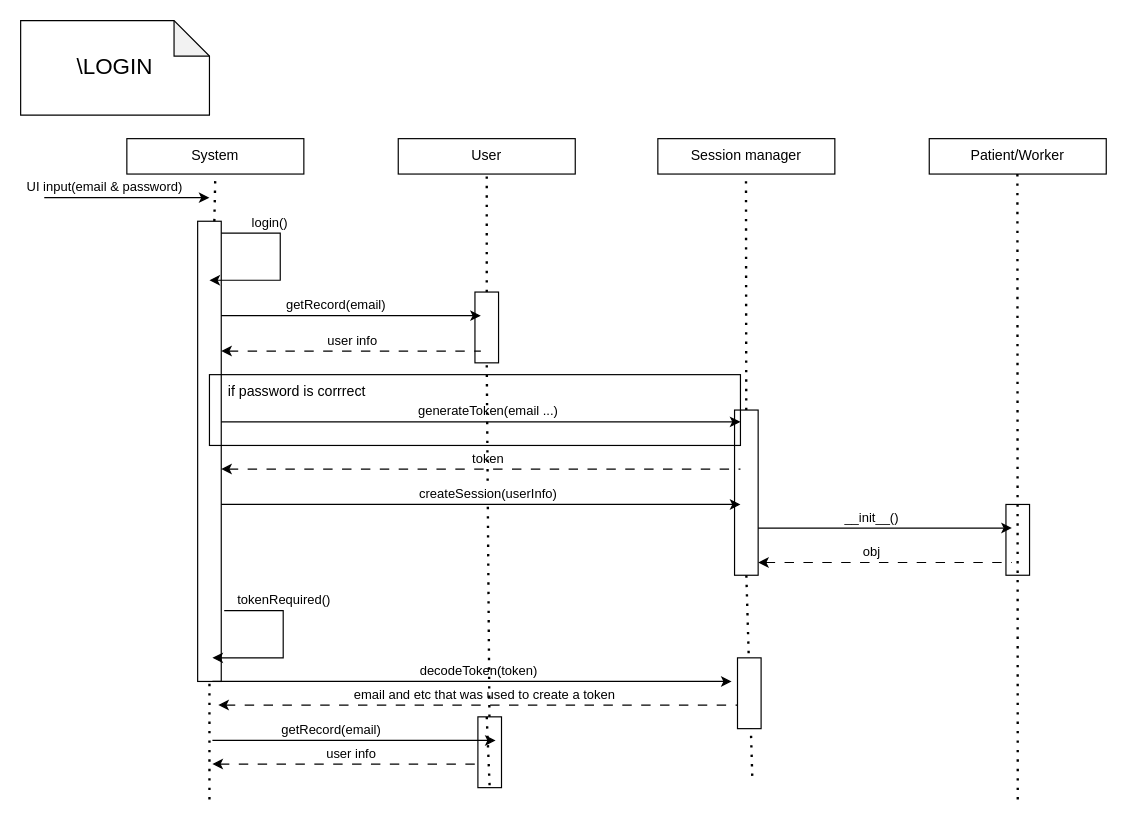
This is Project_Documentation/sequence_design/Login.drawio from IndecentTulip/INFO2413, a draw.io file, before an edit. Source tidied: cells renumbered, new cells numbered last; positions are measured from the earlier drawing's top-left corner, leaving out a move shared by most shapes. Both pictures are drawn from the tidied source at 118%, with x=0, y=0 at pixel (20, 20).
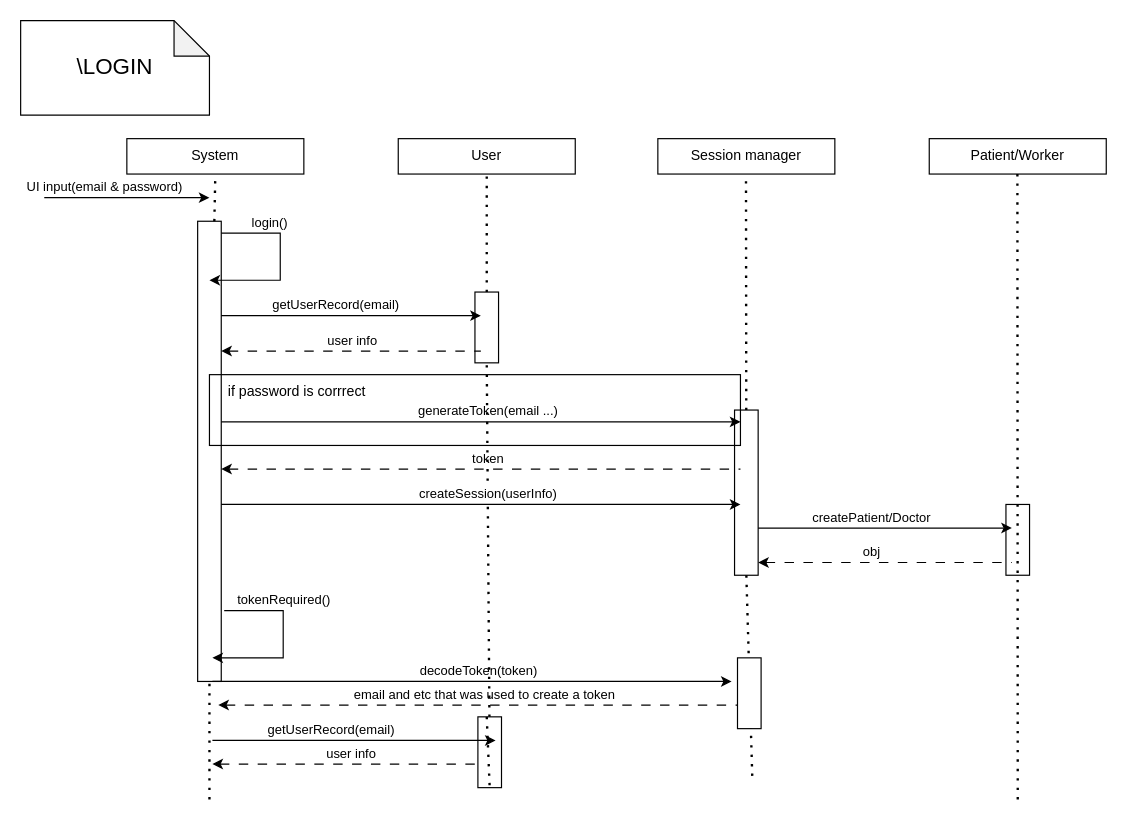
Above is the later version.

The change refers to these unchanged cells:
```xml
<mxCell id="17" style="endArrow=classic;html=1;rounded=0;" parent="1" edge="1">
  <mxGeometry relative="1" as="geometry">
    <mxPoint x="170" y="250" as="sourcePoint" />
    <mxPoint x="390" y="250" as="targetPoint" />
  </mxGeometry>
</mxCell>
<mxCell id="32" style="endArrow=classic;html=1;rounded=0;" parent="1" edge="1">
  <mxGeometry relative="1" as="geometry">
    <mxPoint x="162.5" y="610" as="sourcePoint" />
    <mxPoint x="402.5" y="610" as="targetPoint" />
  </mxGeometry>
</mxCell>
<mxCell id="47" style="endArrow=classic;html=1;rounded=0;" parent="1" edge="1">
  <mxGeometry relative="1" as="geometry">
    <mxPoint x="625" y="430" as="sourcePoint" />
    <mxPoint x="840" y="430" as="targetPoint" />
  </mxGeometry>
</mxCell>
```

Change to the diagram source:
```diff
@@
-    <mxCell id="18" value="getRecord(email)" style="edgeLabel;html=1;align=center;verticalAlign=middle;" parent="17" vertex="1">
+    <mxCell id="18" value="getUserRecord(email)" style="edgeLabel;html=1;align=center;verticalAlign=middle;" parent="17" vertex="1">
       <mxGeometry x="-0.61" y="-2" relative="1" as="geometry">
         <mxPoint x="53" y="-12" as="offset" />
       </mxGeometry>
     </mxCell>
@@
-    <mxCell id="33" value="getRecord(email)" style="edgeLabel;html=1;align=center;verticalAlign=middle;" parent="32" vertex="1">
+    <mxCell id="33" value="getUserRecord(email)" style="edgeLabel;html=1;align=center;verticalAlign=middle;" parent="32" vertex="1">
       <mxGeometry x="-0.61" y="-2" relative="1" as="geometry">
         <mxPoint x="53" y="-12" as="offset" />
       </mxGeometry>
     </mxCell>
@@
-    <mxCell id="48" value="__init__()" style="edgeLabel;html=1;align=center;verticalAlign=middle;" parent="47" vertex="1">
+    <mxCell id="48" value="createPatient/Doctor" style="edgeLabel;html=1;align=center;verticalAlign=middle;" parent="47" vertex="1">
       <mxGeometry x="-0.61" y="-2" relative="1" as="geometry">
         <mxPoint x="53" y="-12" as="offset" />
       </mxGeometry>
     </mxCell>
```
